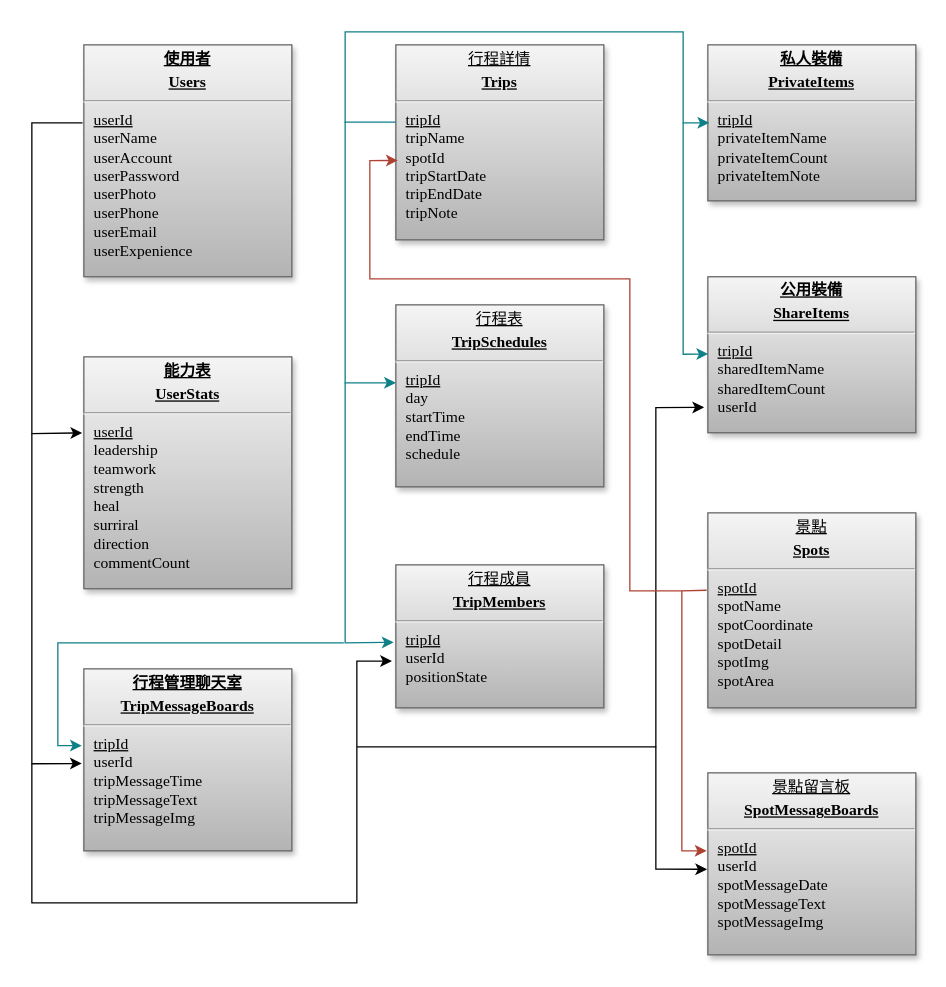
Before: database/資料庫架構圖A.drawio in Vic1228/Explorer, a draw.io diagram. Source tidied: cells renumbered, new cells numbered last; positions are measured from the earlier drawing's top-left corner, leaving out a move shared by most shapes. Both pictures are drawn from the tidied source at 130%, with x=0, y=0 at pixel (31, 31).
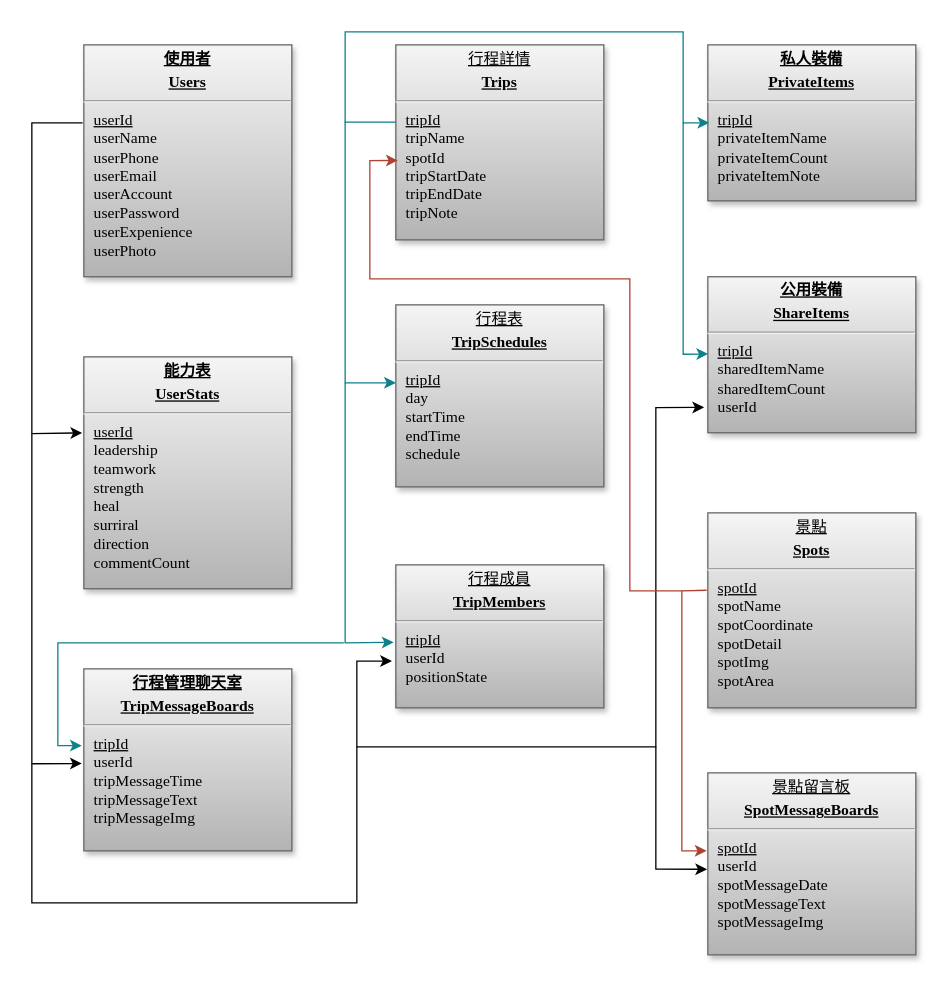
The same diagram, later.

The edit, as a diff of the source:
```diff
@@
-    <mxCell id="2" value="&lt;p style=&quot;text-align: center ; margin: 4px 0px 0px ; text-decoration: underline&quot;&gt;&lt;b&gt;使用者&lt;/b&gt;&lt;/p&gt;&lt;p style=&quot;text-align: center ; margin: 4px 0px 0px ; text-decoration: underline&quot;&gt;&lt;strong&gt;Users&lt;/strong&gt;&lt;/p&gt;&lt;hr&gt;&lt;p style=&quot;margin: 0px ; margin-left: 8px&quot;&gt;&lt;u&gt;userId&lt;/u&gt;&lt;/p&gt;&lt;p style=&quot;margin: 0px ; margin-left: 8px&quot;&gt;userName&lt;/p&gt;&lt;p style=&quot;margin: 0px ; margin-left: 8px&quot;&gt;userAccount&lt;/p&gt;&lt;p style=&quot;margin: 0px ; margin-left: 8px&quot;&gt;userPassword&lt;/p&gt;&lt;p style=&quot;margin: 0px 0px 0px 8px&quot;&gt;userPhoto&lt;/p&gt;&lt;p style=&quot;margin: 0px 0px 0px 8px&quot;&gt;userPhone&lt;br&gt;&lt;/p&gt;&lt;p style=&quot;margin: 0px 0px 0px 8px&quot;&gt;userEmail&lt;br&gt;&lt;/p&gt;&lt;p style=&quot;margin: 0px 0px 0px 8px&quot;&gt;userExpenience&lt;/p&gt;" style="verticalAlign=top;align=left;overflow=fill;fontSize=12;fontFamily=Times New Roman;html=1;strokeColor=#666666;shadow=1;fillColor=#f5f5f5;gradientColor=#b3b3b3;fontColor=#000000;" parent="1" vertex="1">
+    <mxCell id="2" value="&lt;p style=&quot;text-align: center ; margin: 4px 0px 0px ; text-decoration: underline&quot;&gt;&lt;b&gt;使用者&lt;/b&gt;&lt;/p&gt;&lt;p style=&quot;text-align: center ; margin: 4px 0px 0px ; text-decoration: underline&quot;&gt;&lt;strong&gt;Users&lt;/strong&gt;&lt;/p&gt;&lt;hr&gt;&lt;p style=&quot;margin: 0px ; margin-left: 8px&quot;&gt;&lt;u&gt;userId&lt;/u&gt;&lt;/p&gt;&lt;p style=&quot;margin: 0px ; margin-left: 8px&quot;&gt;userName&lt;/p&gt;&lt;p style=&quot;margin: 0px 0px 0px 8px&quot;&gt;userPhone&lt;br&gt;&lt;/p&gt;&lt;p style=&quot;margin: 0px 0px 0px 8px&quot;&gt;userEmail&lt;/p&gt;&lt;p style=&quot;margin: 0px ; margin-left: 8px&quot;&gt;userAccount&lt;/p&gt;&lt;p style=&quot;margin: 0px ; margin-left: 8px&quot;&gt;userPassword&lt;/p&gt;&lt;p style=&quot;margin: 0px 0px 0px 8px&quot;&gt;userExpenience&lt;/p&gt;&lt;p style=&quot;margin: 0px 0px 0px 8px&quot;&gt;userPhoto&lt;br&gt;&lt;/p&gt;" style="verticalAlign=top;align=left;overflow=fill;fontSize=12;fontFamily=Times New Roman;html=1;strokeColor=#666666;shadow=1;fillColor=#f5f5f5;gradientColor=#b3b3b3;fontColor=#000000;" parent="1" vertex="1">
       <mxGeometry x="40" y="10" width="160" height="178.4" as="geometry" />
     </mxCell>
```
